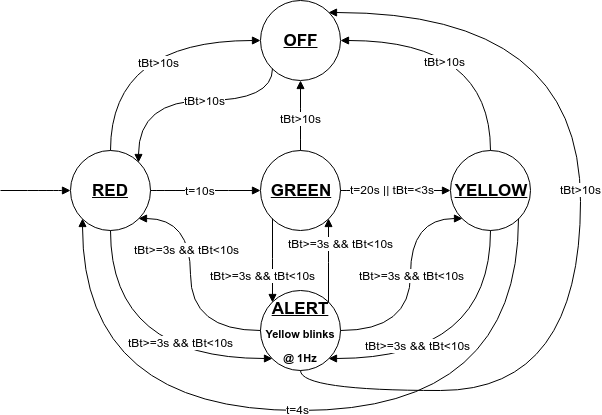
This is img/tl2_fsm.png from yuripapaterra/BL_TrafficLight2, a draw.io export, as it was before one commit. Source tidied: cells renumbered, new cells last; positions are measured from the earlier drawing's top-left corner, leaving out a move shared by most shapes. Source of this version:
```xml
<mxGraphModel>
  <root>
    <mxCell id="0" />
    <mxCell id="1" parent="0" />
    <mxCell id="2" style="edgeStyle=orthogonalEdgeStyle;curved=1;rounded=0;comic=0;jettySize=auto;html=1;entryX=0;entryY=1;entryDx=0;entryDy=0;shadow=0;strokeColor=#000000;strokeWidth=1;fontSize=85;exitX=0.5;exitY=1;exitDx=0;exitDy=0;endArrow=block;endFill=1;" parent="1" edge="1" source="7" target="35">
      <mxGeometry relative="1" as="geometry">
        <Array as="points">
          <mxPoint x="110" y="358" />
        </Array>
      </mxGeometry>
    </mxCell>
    <mxCell id="3" value="tBt&amp;gt;=3s &amp;amp;&amp;amp; tBt&amp;lt;10s" style="text;html=1;align=center;verticalAlign=middle;labelBackgroundColor=#ffffff;fontSize=12;fontColor=#000000;" parent="2" vertex="1">
      <mxGeometry x="0.26" y="24" relative="1" as="geometry">
        <mxPoint x="15" y="7" as="offset" />
      </mxGeometry>
    </mxCell>
    <mxCell id="4" style="edgeStyle=orthogonalEdgeStyle;curved=1;rounded=0;comic=0;jettySize=auto;html=1;shadow=0;strokeColor=#000000;strokeWidth=1;fontSize=20;endArrow=none;endFill=0;startArrow=block;startFill=1;" parent="1" edge="1" source="7">
      <mxGeometry relative="1" as="geometry">
        <mxPoint y="190" as="targetPoint" />
      </mxGeometry>
    </mxCell>
    <mxCell id="5" style="edgeStyle=orthogonalEdgeStyle;curved=1;rounded=0;comic=0;jettySize=auto;html=1;entryX=0;entryY=0.5;entryDx=0;entryDy=0;shadow=0;startArrow=none;startFill=0;endArrow=block;endFill=1;strokeColor=#000000;strokeWidth=1;fontSize=20;fontColor=#FFFF00;" parent="1" edge="1" source="7" target="16">
      <mxGeometry relative="1" as="geometry" />
    </mxCell>
    <mxCell id="6" value="t=10s" style="text;html=1;align=center;verticalAlign=middle;labelBackgroundColor=#ffffff;fontSize=12;fontColor=#000000;" parent="5" vertex="1">
      <mxGeometry x="-0.2" y="3" relative="1" as="geometry">
        <mxPoint x="5" y="2" as="offset" />
      </mxGeometry>
    </mxCell>
    <mxCell id="7" value="&lt;font style=&quot;font-size: 17px;&quot;&gt;&lt;u style=&quot;font-size: 17px;&quot;&gt;RED&lt;/u&gt;&lt;/font&gt;" style="ellipse;whiteSpace=wrap;html=1;fontSize=17;fontStyle=1;fillColor=none;strokeWidth=1;strokeColor=#000000;fontColor=#000000;" parent="1" vertex="1">
      <mxGeometry x="70" y="150" width="80" height="80" as="geometry" />
    </mxCell>
    <mxCell id="8" style="edgeStyle=orthogonalEdgeStyle;curved=1;rounded=0;comic=0;jettySize=auto;html=1;exitX=0;exitY=1;exitDx=0;exitDy=0;entryX=0;entryY=0;entryDx=0;entryDy=0;shadow=0;strokeColor=#000000;strokeWidth=1;fontSize=85;endArrow=block;endFill=1;" parent="1" edge="1" source="16" target="35">
      <mxGeometry relative="1" as="geometry">
        <Array as="points">
          <mxPoint x="272" y="260" />
          <mxPoint x="272" y="260" />
        </Array>
      </mxGeometry>
    </mxCell>
    <mxCell id="9" value="tBt&amp;gt;=3s &amp;amp;&amp;amp; tBt&amp;lt;10s" style="text;html=1;align=center;verticalAlign=middle;labelBackgroundColor=#ffffff;fontSize=12;fontColor=#000000;" parent="8" vertex="1">
      <mxGeometry x="-0.34" y="-1" relative="1" as="geometry">
        <mxPoint x="-9" y="28" as="offset" />
      </mxGeometry>
    </mxCell>
    <mxCell id="10" style="edgeStyle=orthogonalEdgeStyle;curved=1;rounded=0;comic=0;jettySize=auto;html=1;shadow=0;strokeColor=#000000;strokeWidth=1;fontSize=85;endArrow=block;endFill=1;exitX=0.5;exitY=0;exitDx=0;exitDy=0;" parent="1" edge="1" source="16" target="26">
      <mxGeometry relative="1" as="geometry">
        <Array as="points">
          <mxPoint x="300" y="130" />
          <mxPoint x="300" y="130" />
        </Array>
      </mxGeometry>
    </mxCell>
    <mxCell id="11" value="tBt&amp;gt;10s" style="text;html=1;align=center;verticalAlign=middle;labelBackgroundColor=#ffffff;fontSize=12;fontColor=#000000;" parent="10" vertex="1">
      <mxGeometry x="-0.36" y="3" relative="1" as="geometry">
        <mxPoint x="3" y="-10" as="offset" />
      </mxGeometry>
    </mxCell>
    <mxCell id="12" style="edgeStyle=orthogonalEdgeStyle;curved=1;rounded=0;comic=0;jettySize=auto;html=1;entryX=1;entryY=0;entryDx=0;entryDy=0;shadow=0;strokeColor=#000000;strokeWidth=1;fontSize=20;exitX=1;exitY=1;exitDx=0;exitDy=0;endArrow=none;endFill=0;startArrow=block;startFill=1;" parent="1" edge="1" source="16" target="35">
      <mxGeometry relative="1" as="geometry">
        <Array as="points">
          <mxPoint x="328" y="260" />
          <mxPoint x="328" y="260" />
        </Array>
      </mxGeometry>
    </mxCell>
    <mxCell id="13" value="tBt&amp;gt;=3s &amp;amp;&amp;amp; tBt&amp;lt;10s" style="text;html=1;align=center;verticalAlign=middle;labelBackgroundColor=#ffffff;fontSize=12;fontColor=#000000;" parent="12" vertex="1">
      <mxGeometry x="-0.68" y="-11" relative="1" as="geometry">
        <mxPoint x="23" y="10" as="offset" />
      </mxGeometry>
    </mxCell>
    <mxCell id="14" style="edgeStyle=orthogonalEdgeStyle;curved=1;rounded=0;comic=0;jettySize=auto;html=1;entryX=0;entryY=0.5;entryDx=0;entryDy=0;shadow=0;startArrow=none;startFill=0;endArrow=block;endFill=1;strokeColor=#000000;strokeWidth=1;fontSize=20;fontColor=#FFFF00;" parent="1" edge="1" source="16" target="21">
      <mxGeometry relative="1" as="geometry" />
    </mxCell>
    <mxCell id="15" value="t=20s || tBt=&amp;lt;3s" style="text;html=1;align=center;verticalAlign=middle;labelBackgroundColor=#ffffff;fontSize=12;fontColor=#000000;" parent="14" vertex="1">
      <mxGeometry x="-0.22" y="3" relative="1" as="geometry">
        <mxPoint x="8" y="1" as="offset" />
      </mxGeometry>
    </mxCell>
    <mxCell id="16" value="&lt;font style=&quot;font-size: 17px;&quot;&gt;&lt;u style=&quot;font-size: 17px;&quot;&gt;GREEN&lt;/u&gt;&lt;/font&gt;" style="ellipse;whiteSpace=wrap;html=1;fontSize=17;fontStyle=1;fillColor=none;strokeWidth=1;strokeColor=#000000;fontColor=#000000;" parent="1" vertex="1">
      <mxGeometry x="260" y="150" width="80" height="80" as="geometry" />
    </mxCell>
    <mxCell id="17" style="edgeStyle=orthogonalEdgeStyle;curved=1;rounded=0;comic=0;jettySize=auto;html=1;exitX=0.5;exitY=0;exitDx=0;exitDy=0;entryX=1;entryY=0.5;entryDx=0;entryDy=0;shadow=0;strokeColor=#000000;strokeWidth=1;fontSize=20;endArrow=block;endFill=1;startArrow=none;startFill=0;" parent="1" edge="1" source="21" target="26">
      <mxGeometry relative="1" as="geometry" />
    </mxCell>
    <mxCell id="18" value="tBt&amp;gt;10s" style="text;html=1;align=center;verticalAlign=middle;labelBackgroundColor=#ffffff;fontSize=12;fontColor=#000000;" parent="17" vertex="1">
      <mxGeometry x="0.28" y="20" relative="1" as="geometry">
        <mxPoint x="10" as="offset" />
      </mxGeometry>
    </mxCell>
    <mxCell id="19" style="edgeStyle=orthogonalEdgeStyle;curved=1;rounded=0;comic=0;jettySize=auto;html=1;exitX=1;exitY=1;exitDx=0;exitDy=0;entryX=0;entryY=1;entryDx=0;entryDy=0;shadow=0;startArrow=none;startFill=0;endArrow=block;endFill=1;strokeColor=#000000;strokeWidth=1;fontSize=20;fontColor=#FFFF00;" parent="1" edge="1" source="21" target="7">
      <mxGeometry relative="1" as="geometry">
        <Array as="points">
          <mxPoint x="518" y="410" />
          <mxPoint x="82" y="410" />
        </Array>
      </mxGeometry>
    </mxCell>
    <mxCell id="20" value="t=4s" style="text;html=1;align=center;verticalAlign=middle;labelBackgroundColor=#ffffff;fontSize=12;fontColor=#000000;" parent="19" vertex="1">
      <mxGeometry x="0.03" y="2" relative="1" as="geometry">
        <mxPoint x="8" y="-4" as="offset" />
      </mxGeometry>
    </mxCell>
    <mxCell id="21" value="&lt;font style=&quot;font-size: 17px;&quot;&gt;&lt;u style=&quot;font-size: 17px;&quot;&gt;YELLOW&lt;/u&gt;&lt;/font&gt;" style="ellipse;whiteSpace=wrap;html=1;fontSize=17;fontStyle=1;fillColor=none;strokeWidth=1;strokeColor=#000000;fontColor=#000000;" parent="1" vertex="1">
      <mxGeometry x="450" y="150" width="80" height="80" as="geometry" />
    </mxCell>
    <mxCell id="22" style="edgeStyle=orthogonalEdgeStyle;curved=1;rounded=0;comic=0;jettySize=auto;html=1;entryX=0.5;entryY=0;entryDx=0;entryDy=0;shadow=0;strokeColor=#000000;strokeWidth=1;fontSize=85;exitX=0;exitY=0.5;exitDx=0;exitDy=0;endArrow=none;endFill=0;startArrow=block;startFill=1;" parent="1" edge="1" source="26" target="7">
      <mxGeometry relative="1" as="geometry" />
    </mxCell>
    <mxCell id="23" value="tBt&amp;gt;10s" style="text;html=1;align=center;verticalAlign=middle;labelBackgroundColor=#ffffff;fontSize=12;fontColor=#000000;" parent="22" vertex="1">
      <mxGeometry x="-0.29" y="21" relative="1" as="geometry">
        <mxPoint x="-10" as="offset" />
      </mxGeometry>
    </mxCell>
    <mxCell id="24" style="edgeStyle=orthogonalEdgeStyle;curved=1;rounded=0;comic=0;jettySize=auto;html=1;exitX=0;exitY=1;exitDx=0;exitDy=0;entryX=1;entryY=0;entryDx=0;entryDy=0;shadow=0;startArrow=none;startFill=0;endArrow=block;endFill=1;strokeColor=#000000;strokeWidth=1;fontSize=20;" parent="1" edge="1" source="26" target="7">
      <mxGeometry relative="1" as="geometry">
        <Array as="points">
          <mxPoint x="272" y="100" />
          <mxPoint x="138" y="100" />
        </Array>
      </mxGeometry>
    </mxCell>
    <mxCell id="25" value="tBt&amp;gt;10s" style="text;html=1;align=center;verticalAlign=middle;labelBackgroundColor=#ffffff;fontSize=12;fontColor=#000000;" parent="24" vertex="1">
      <mxGeometry x="-0.3" y="-1" relative="1" as="geometry">
        <mxPoint x="-20" as="offset" />
      </mxGeometry>
    </mxCell>
    <mxCell id="26" value="&lt;u style=&quot;font-size: 17px;&quot;&gt;OFF&lt;/u&gt;" style="ellipse;whiteSpace=wrap;html=1;fontSize=17;fontStyle=1;fillColor=none;strokeWidth=1;" parent="1" vertex="1">
      <mxGeometry x="260" width="80" height="80" as="geometry" />
    </mxCell>
    <mxCell id="27" style="edgeStyle=orthogonalEdgeStyle;curved=1;rounded=0;comic=0;jettySize=auto;html=1;entryX=0.5;entryY=1;entryDx=0;entryDy=0;shadow=0;strokeColor=#000000;strokeWidth=1;fontSize=85;exitX=1;exitY=1;exitDx=0;exitDy=0;endArrow=none;endFill=0;startArrow=block;startFill=1;" parent="1" edge="1" source="35" target="21">
      <mxGeometry relative="1" as="geometry">
        <Array as="points">
          <mxPoint x="490" y="358" />
        </Array>
      </mxGeometry>
    </mxCell>
    <mxCell id="28" value="tBt&amp;gt;=3s &amp;amp;&amp;amp; tBt&amp;lt;10s" style="text;html=1;align=center;verticalAlign=middle;labelBackgroundColor=#ffffff;fontSize=12;fontColor=#000000;" parent="27" vertex="1">
      <mxGeometry x="-0.25" y="17" relative="1" as="geometry">
        <mxPoint x="-20" y="3" as="offset" />
      </mxGeometry>
    </mxCell>
    <mxCell id="29" style="edgeStyle=orthogonalEdgeStyle;curved=1;rounded=0;comic=0;jettySize=auto;html=1;entryX=1;entryY=1;entryDx=0;entryDy=0;shadow=0;startArrow=none;startFill=0;endArrow=block;endFill=1;strokeColor=#000000;strokeWidth=1;fontSize=20;exitX=0;exitY=0.5;exitDx=0;exitDy=0;" parent="1" edge="1" source="35" target="7">
      <mxGeometry relative="1" as="geometry">
        <Array as="points">
          <mxPoint x="190" y="330" />
          <mxPoint x="190" y="218" />
        </Array>
      </mxGeometry>
    </mxCell>
    <mxCell id="30" value="tBt&amp;gt;=3s &amp;amp;&amp;amp; tBt&amp;lt;10s" style="text;html=1;align=center;verticalAlign=middle;labelBackgroundColor=#ffffff;fontSize=12;fontColor=#000000;" parent="29" vertex="1">
      <mxGeometry x="0.21" y="4" relative="1" as="geometry">
        <mxPoint y="-10" as="offset" />
      </mxGeometry>
    </mxCell>
    <mxCell id="31" style="edgeStyle=orthogonalEdgeStyle;curved=1;rounded=0;comic=0;jettySize=auto;html=1;entryX=0;entryY=1;entryDx=0;entryDy=0;shadow=0;startArrow=none;startFill=0;endArrow=block;endFill=1;strokeColor=#000000;strokeWidth=1;fontSize=20;exitX=1;exitY=0.5;exitDx=0;exitDy=0;" parent="1" edge="1" source="35" target="21">
      <mxGeometry relative="1" as="geometry">
        <Array as="points">
          <mxPoint x="410" y="330" />
          <mxPoint x="410" y="218" />
        </Array>
      </mxGeometry>
    </mxCell>
    <mxCell id="32" value="tBt&amp;gt;=3s &amp;amp;&amp;amp; tBt&amp;lt;10s" style="text;html=1;align=center;verticalAlign=middle;labelBackgroundColor=#ffffff;fontSize=12;fontColor=#000000;" parent="31" vertex="1">
      <mxGeometry x="0.29" y="-4" relative="1" as="geometry">
        <mxPoint x="-3" y="25" as="offset" />
      </mxGeometry>
    </mxCell>
    <mxCell id="33" style="edgeStyle=orthogonalEdgeStyle;curved=1;rounded=0;comic=0;jettySize=auto;html=1;exitX=0.5;exitY=1;exitDx=0;exitDy=0;entryX=1;entryY=0;entryDx=0;entryDy=0;shadow=0;startArrow=none;startFill=0;endArrow=block;endFill=1;strokeColor=#000000;strokeWidth=1;fontSize=12;fontColor=#000000;" parent="1" edge="1" source="35" target="26">
      <mxGeometry relative="1" as="geometry">
        <Array as="points">
          <mxPoint x="300" y="390" />
          <mxPoint x="580" y="390" />
          <mxPoint x="580" y="12" />
        </Array>
      </mxGeometry>
    </mxCell>
    <mxCell id="34" value="tBt&amp;gt;10s" style="text;html=1;align=center;verticalAlign=middle;labelBackgroundColor=#ffffff;fontSize=12;fontColor=#000000;" parent="33" vertex="1">
      <mxGeometry x="0.1" y="2" relative="1" as="geometry">
        <mxPoint x="2" y="9" as="offset" />
      </mxGeometry>
    </mxCell>
    <mxCell id="35" value="&lt;font&gt;&lt;u&gt;&lt;font style=&quot;font-size: 17px&quot;&gt;ALERT&lt;/font&gt;&lt;/u&gt;&lt;br&gt;&lt;/font&gt;&lt;font style=&quot;font-size: 11px&quot;&gt;Yellow blinks @ 1Hz&lt;/font&gt;&lt;br&gt;" style="ellipse;whiteSpace=wrap;html=1;fontSize=20;fontStyle=1;fillColor=none;fontColor=#000000;labelBackgroundColor=none;labelBorderColor=none;strokeWidth=1;" parent="1" vertex="1">
      <mxGeometry x="260" y="290" width="80" height="80" as="geometry" />
    </mxCell>
  </root>
</mxGraphModel>
```
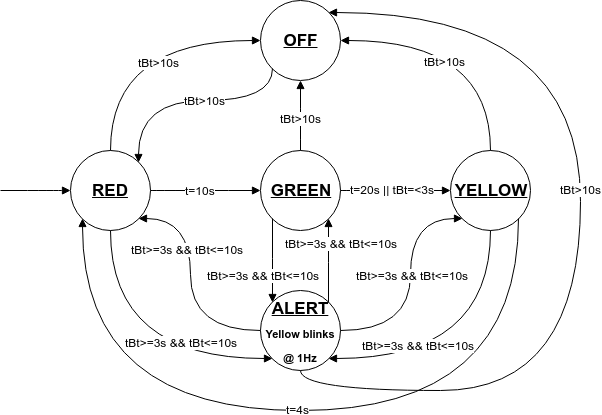
Later version of the same file.

The edit, as a diff of the source:
```diff
@@ -9,7 +9,7 @@
         </Array>
       </mxGeometry>
     </mxCell>
-    <mxCell id="3" value="tBt&amp;gt;=3s &amp;amp;&amp;amp; tBt&amp;lt;10s" style="text;html=1;align=center;verticalAlign=middle;labelBackgroundColor=#ffffff;fontSize=12;fontColor=#000000;" parent="2" vertex="1">
+    <mxCell id="3" value="tBt&amp;gt;=3s &amp;amp;&amp;amp; tBt&amp;lt;=10s" style="text;html=1;align=center;verticalAlign=middle;labelBackgroundColor=#ffffff;fontSize=12;fontColor=#000000;" parent="2" vertex="1">
       <mxGeometry x="0.26" y="24" relative="1" as="geometry">
         <mxPoint x="15" y="7" as="offset" />
       </mxGeometry>
@@ -38,7 +38,7 @@
         </Array>
       </mxGeometry>
     </mxCell>
-    <mxCell id="9" value="tBt&amp;gt;=3s &amp;amp;&amp;amp; tBt&amp;lt;10s" style="text;html=1;align=center;verticalAlign=middle;labelBackgroundColor=#ffffff;fontSize=12;fontColor=#000000;" parent="8" vertex="1">
+    <mxCell id="9" value="tBt&amp;gt;=3s &amp;amp;&amp;amp; tBt&amp;lt;=10s" style="text;html=1;align=center;verticalAlign=middle;labelBackgroundColor=#ffffff;fontSize=12;fontColor=#000000;" parent="8" vertex="1">
       <mxGeometry x="-0.34" y="-1" relative="1" as="geometry">
         <mxPoint x="-9" y="28" as="offset" />
       </mxGeometry>
@@ -64,7 +64,7 @@
         </Array>
       </mxGeometry>
     </mxCell>
-    <mxCell id="13" value="tBt&amp;gt;=3s &amp;amp;&amp;amp; tBt&amp;lt;10s" style="text;html=1;align=center;verticalAlign=middle;labelBackgroundColor=#ffffff;fontSize=12;fontColor=#000000;" parent="12" vertex="1">
+    <mxCell id="13" value="tBt&amp;gt;=3s &amp;amp;&amp;amp; tBt&amp;lt;=10s" style="text;html=1;align=center;verticalAlign=middle;labelBackgroundColor=#ffffff;fontSize=12;fontColor=#000000;" parent="12" vertex="1">
       <mxGeometry x="-0.68" y="-11" relative="1" as="geometry">
         <mxPoint x="23" y="10" as="offset" />
       </mxGeometry>
@@ -135,7 +135,7 @@
         </Array>
       </mxGeometry>
     </mxCell>
-    <mxCell id="28" value="tBt&amp;gt;=3s &amp;amp;&amp;amp; tBt&amp;lt;10s" style="text;html=1;align=center;verticalAlign=middle;labelBackgroundColor=#ffffff;fontSize=12;fontColor=#000000;" parent="27" vertex="1">
+    <mxCell id="28" value="tBt&amp;gt;=3s &amp;amp;&amp;amp; tBt&amp;lt;=10s" style="text;html=1;align=center;verticalAlign=middle;labelBackgroundColor=#ffffff;fontSize=12;fontColor=#000000;" parent="27" vertex="1">
       <mxGeometry x="-0.25" y="17" relative="1" as="geometry">
         <mxPoint x="-20" y="3" as="offset" />
       </mxGeometry>
@@ -148,7 +148,7 @@
         </Array>
       </mxGeometry>
     </mxCell>
-    <mxCell id="30" value="tBt&amp;gt;=3s &amp;amp;&amp;amp; tBt&amp;lt;10s" style="text;html=1;align=center;verticalAlign=middle;labelBackgroundColor=#ffffff;fontSize=12;fontColor=#000000;" parent="29" vertex="1">
+    <mxCell id="30" value="tBt&amp;gt;=3s &amp;amp;&amp;amp; tBt&amp;lt;=10s" style="text;html=1;align=center;verticalAlign=middle;labelBackgroundColor=#ffffff;fontSize=12;fontColor=#000000;" parent="29" vertex="1">
       <mxGeometry x="0.21" y="4" relative="1" as="geometry">
         <mxPoint y="-10" as="offset" />
       </mxGeometry>
@@ -161,7 +161,7 @@
         </Array>
       </mxGeometry>
     </mxCell>
-    <mxCell id="32" value="tBt&amp;gt;=3s &amp;amp;&amp;amp; tBt&amp;lt;10s" style="text;html=1;align=center;verticalAlign=middle;labelBackgroundColor=#ffffff;fontSize=12;fontColor=#000000;" parent="31" vertex="1">
+    <mxCell id="32" value="tBt&amp;gt;=3s &amp;amp;&amp;amp; tBt&amp;lt;=10s" style="text;html=1;align=center;verticalAlign=middle;labelBackgroundColor=#ffffff;fontSize=12;fontColor=#000000;" parent="31" vertex="1">
       <mxGeometry x="0.29" y="-4" relative="1" as="geometry">
         <mxPoint x="-3" y="25" as="offset" />
       </mxGeometry>
```
